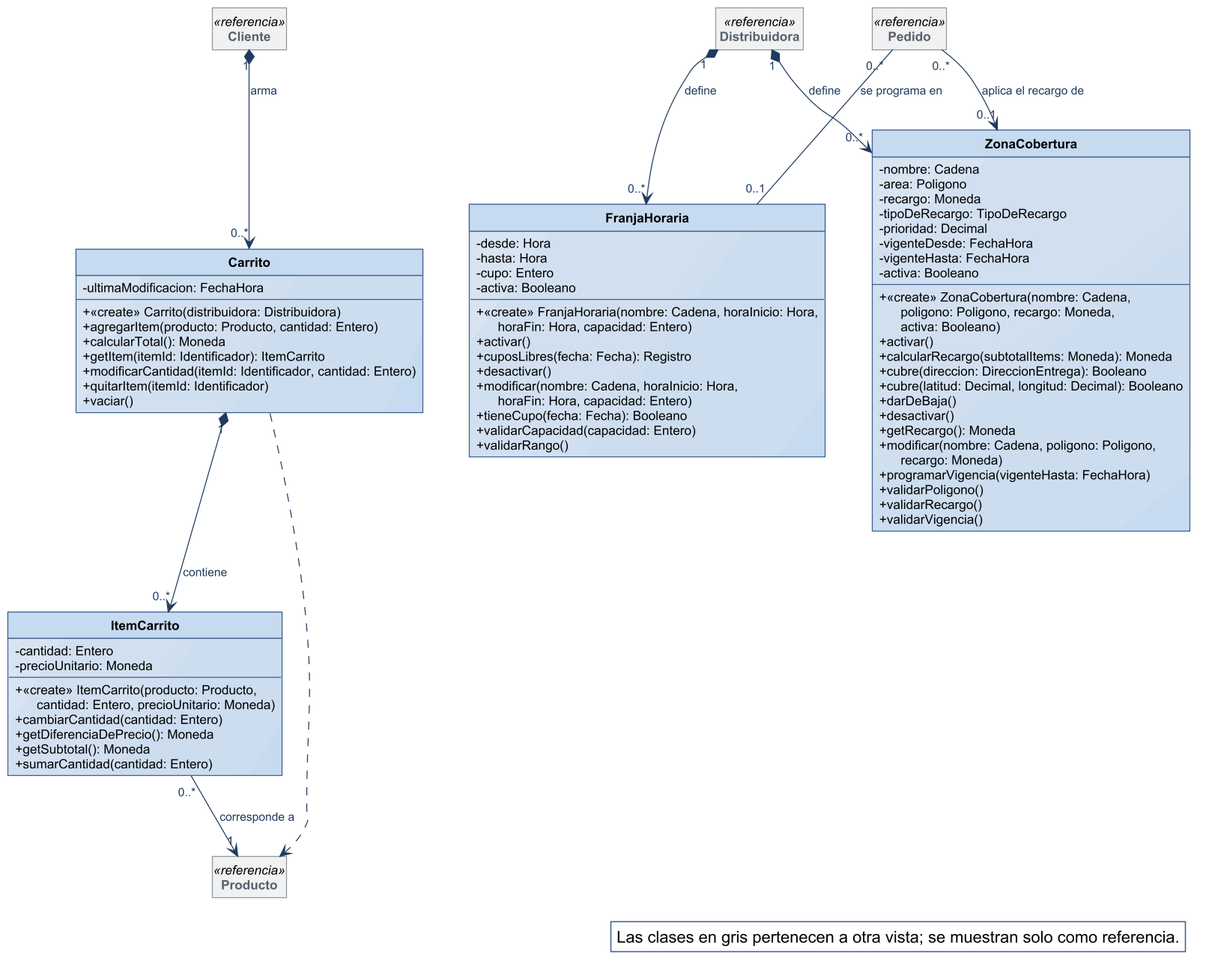
The PlantUML diagram diagramas/clases-diseno/DC_Carrito-franjas-y-cobertura.png in Nahuelito-Dev/splg-docs, before a commit.
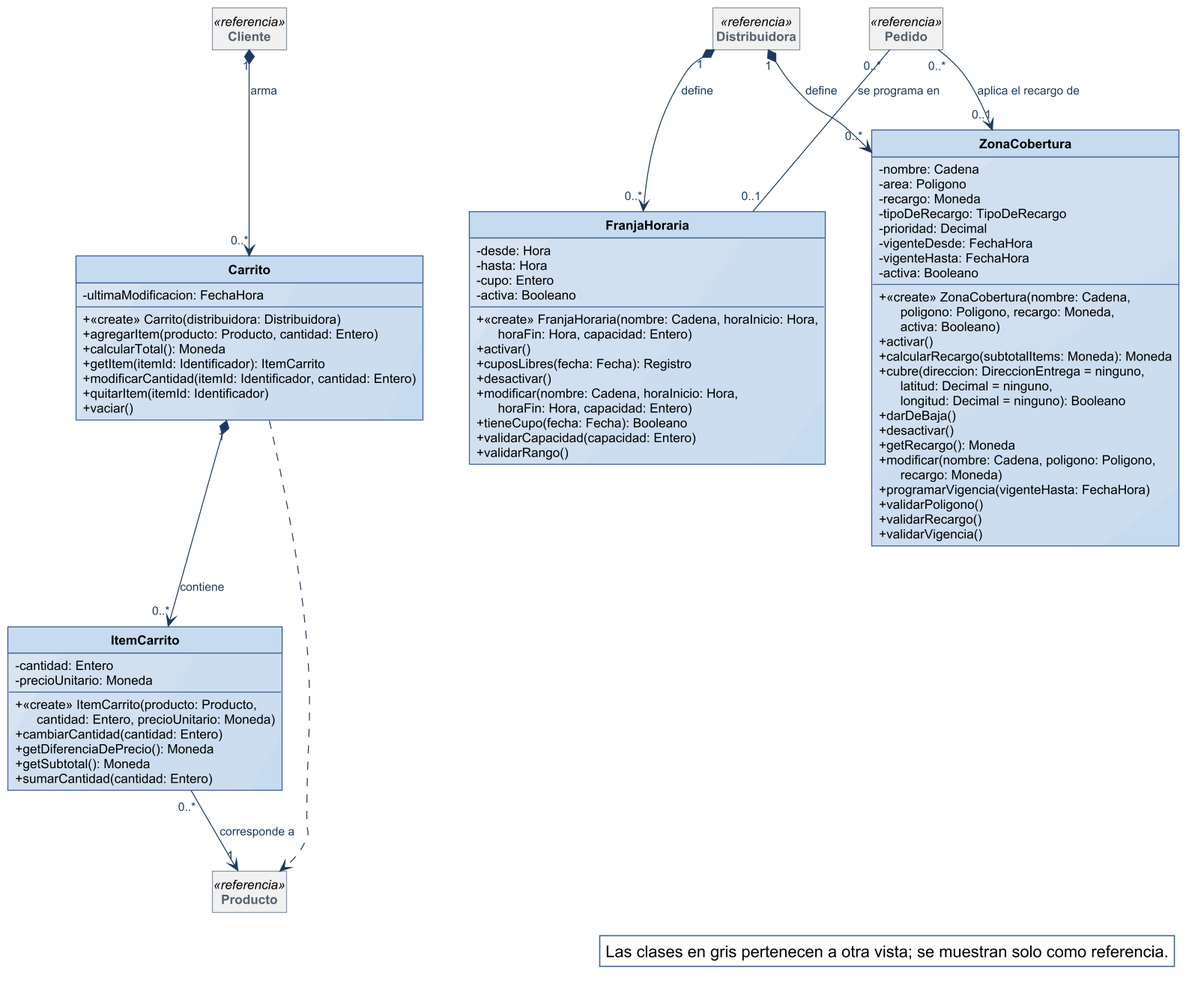
The same file after the commit.

Diff of the diagram source:
```diff
@@ -72,8 +72,7 @@
   + «create» ZonaCobertura(nombre: Cadena,\n      poligono: Poligono, recargo: Moneda,\n      activa: Booleano)
   + activar()
   + calcularRecargo(subtotalItems: Moneda): Moneda
-  + cubre(direccion: DireccionEntrega): Booleano
-  + cubre(latitud: Decimal, longitud: Decimal): Booleano
+  + cubre(direccion: DireccionEntrega = ninguno,\n      latitud: Decimal = ninguno,\n      longitud: Decimal = ninguno): Booleano
   + darDeBaja()
   + desactivar()
   + getRecargo(): Moneda
```
